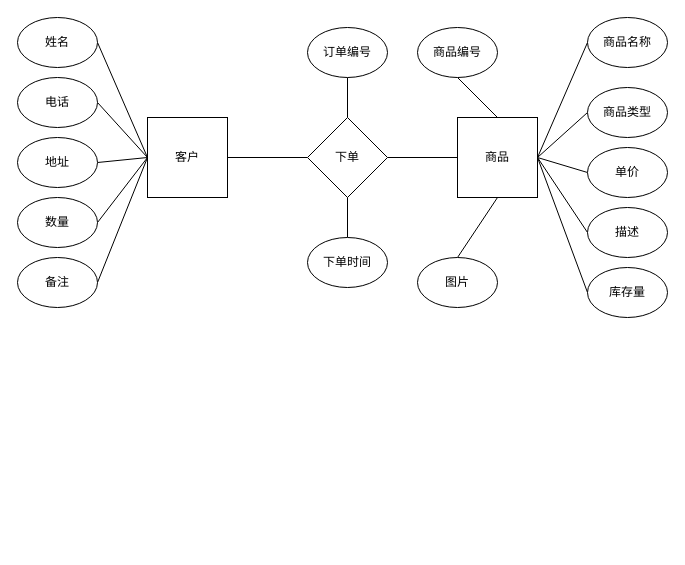
Above: Untitled Diagram.drawio in MrliuXing520/diagrams (draw.io), before the change. Source tidied: cells renumbered, new cells numbered last; positions are measured from the earlier drawing's top-left corner, leaving out a move shared by most shapes. Both pictures are drawn from the tidied source at 100%, with x=0, y=0 at pixel (17, 17).
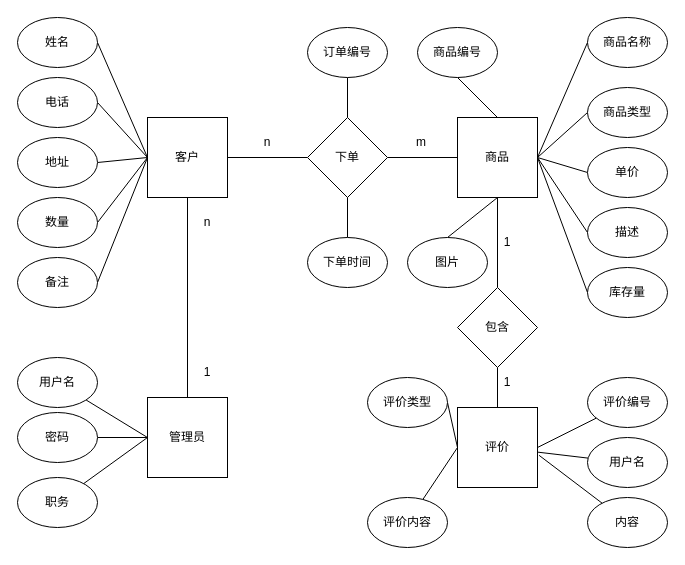
The same page after the edit.

The change refers to these unchanged cells:
```xml
<mxCell id="3" value="客户" style="whiteSpace=wrap;html=1;" parent="1" vertex="1">
  <mxGeometry x="130" y="100" width="80" height="80" as="geometry" />
</mxCell>
<mxCell id="20" value="商品" style="whiteSpace=wrap;html=1;" parent="1" vertex="1">
  <mxGeometry x="440" y="100" width="80" height="80" as="geometry" />
</mxCell>
```

What changed in the source:
```diff
@@
+    <mxCell id="35" style="edgeStyle=none;rounded=0;jettySize=auto;html=1;exitX=0.5;exitY=1;exitDx=0;exitDy=0;endArrow=none;endFill=0;" parent="1" edge="1" source="3" target="55">
+      <mxGeometry relative="1" as="geometry" />
+    </mxCell>
@@
+    <mxCell id="36" style="edgeStyle=none;rounded=0;jettySize=auto;html=1;exitX=0.5;exitY=1;exitDx=0;exitDy=0;endArrow=none;endFill=0;" parent="1" edge="1" source="20" target="39">
+      <mxGeometry relative="1" as="geometry" />
+    </mxCell>
@@
     <mxCell id="34" value="图片" style="ellipse;whiteSpace=wrap;html=1;" parent="1" vertex="1">
-      <mxGeometry x="400" y="240" width="80" height="50" as="geometry" />
+      <mxGeometry x="390" y="220" width="80" height="50" as="geometry" />
     </mxCell>
+    <mxCell id="37" value="评价" style="whiteSpace=wrap;html=1;" parent="1" vertex="1">
+      <mxGeometry x="440" y="390" width="80" height="80" as="geometry" />
+    </mxCell>
+    <mxCell id="38" style="edgeStyle=none;rounded=0;jettySize=auto;html=1;exitX=0.5;exitY=1;exitDx=0;exitDy=0;endArrow=none;endFill=0;" parent="1" edge="1" source="39" target="37">
+      <mxGeometry relative="1" as="geometry" />
+    </mxCell>
+    <mxCell id="39" value="包含" style="rhombus;whiteSpace=wrap;html=1;" parent="1" vertex="1">
+      <mxGeometry x="440" y="270" width="80" height="80" as="geometry" />
+    </mxCell>
+    <mxCell id="40" style="edgeStyle=none;rounded=0;jettySize=auto;html=1;entryX=1;entryY=0.5;entryDx=0;entryDy=0;endArrow=none;endFill=0;" parent="1" edge="1" source="41" target="37">
+      <mxGeometry relative="1" as="geometry" />
+    </mxCell>
+    <mxCell id="41" value="评价编号" style="ellipse;whiteSpace=wrap;html=1;" parent="1" vertex="1">
+      <mxGeometry x="570" y="360" width="80" height="50" as="geometry" />
+    </mxCell>
+    <mxCell id="42" style="edgeStyle=none;rounded=0;jettySize=auto;html=1;endArrow=none;endFill=0;" parent="1" edge="1" source="43" target="37">
+      <mxGeometry relative="1" as="geometry" />
+    </mxCell>
+    <mxCell id="43" value="用户名" style="ellipse;whiteSpace=wrap;html=1;" parent="1" vertex="1">
+      <mxGeometry x="570" y="420" width="80" height="50" as="geometry" />
+    </mxCell>
+    <mxCell id="44" style="edgeStyle=none;rounded=0;jettySize=auto;html=1;entryX=1.02;entryY=0.598;entryDx=0;entryDy=0;entryPerimeter=0;endArrow=none;endFill=0;" parent="1" edge="1" source="45" target="37">
+      <mxGeometry relative="1" as="geometry" />
+    </mxCell>
+    <mxCell id="45" value="内容" style="ellipse;whiteSpace=wrap;html=1;" parent="1" vertex="1">
+      <mxGeometry x="570" y="480" width="80" height="50" as="geometry" />
+    </mxCell>
+    <mxCell id="46" style="edgeStyle=none;rounded=0;jettySize=auto;html=1;exitX=1;exitY=0.5;exitDx=0;exitDy=0;entryX=0;entryY=0.5;entryDx=0;entryDy=0;endArrow=none;endFill=0;" parent="1" edge="1" source="47" target="37">
+      <mxGeometry relative="1" as="geometry" />
+    </mxCell>
+    <mxCell id="47" value="评价类型" style="ellipse;whiteSpace=wrap;html=1;" parent="1" vertex="1">
+      <mxGeometry x="350" y="360" width="80" height="50" as="geometry" />
+    </mxCell>
+    <mxCell id="48" style="edgeStyle=none;rounded=0;jettySize=auto;html=1;entryX=0;entryY=0.5;entryDx=0;entryDy=0;endArrow=none;endFill=0;" parent="1" edge="1" source="49" target="37">
+      <mxGeometry relative="1" as="geometry" />
+    </mxCell>
+    <mxCell id="49" value="评价内容" style="ellipse;whiteSpace=wrap;html=1;" parent="1" vertex="1">
+      <mxGeometry x="350" y="480" width="80" height="50" as="geometry" />
+    </mxCell>
+    <mxCell id="50" value="n" style="text;html=1;strokeColor=none;fillColor=none;align=center;verticalAlign=middle;whiteSpace=wrap;rounded=0;" parent="1" vertex="1">
+      <mxGeometry x="230" y="110" width="40" height="30" as="geometry" />
+    </mxCell>
+    <mxCell id="51" style="edgeStyle=none;rounded=0;orthogonalLoop=1;jettySize=auto;html=1;exitX=0.5;exitY=0;exitDx=0;exitDy=0;endArrow=none;endFill=0;" parent="1" edge="1" source="50" target="50">
+      <mxGeometry relative="1" as="geometry" />
+    </mxCell>
+    <mxCell id="52" value="m" style="text;html=1;strokeColor=none;fillColor=none;align=center;verticalAlign=middle;whiteSpace=wrap;rounded=0;" parent="1" vertex="1">
+      <mxGeometry x="383.5" y="110" width="40" height="30" as="geometry" />
+    </mxCell>
+    <mxCell id="53" value="1" style="text;html=1;strokeColor=none;fillColor=none;align=center;verticalAlign=middle;whiteSpace=wrap;rounded=0;" parent="1" vertex="1">
+      <mxGeometry x="470" y="210" width="40" height="30" as="geometry" />
+    </mxCell>
+    <mxCell id="54" value="1" style="text;html=1;strokeColor=none;fillColor=none;align=center;verticalAlign=middle;whiteSpace=wrap;rounded=0;" parent="1" vertex="1">
+      <mxGeometry x="470" y="350" width="40" height="30" as="geometry" />
+    </mxCell>
+    <mxCell id="55" value="管理员" style="whiteSpace=wrap;html=1;" parent="1" vertex="1">
+      <mxGeometry x="130" y="380" width="80" height="80" as="geometry" />
+    </mxCell>
+    <mxCell id="56" style="edgeStyle=none;rounded=0;jettySize=auto;html=1;entryX=0;entryY=0.5;entryDx=0;entryDy=0;endArrow=none;endFill=0;" parent="1" edge="1" source="57" target="55">
+      <mxGeometry relative="1" as="geometry" />
+    </mxCell>
+    <mxCell id="57" value="用户名" style="ellipse;whiteSpace=wrap;html=1;" parent="1" vertex="1">
+      <mxGeometry y="340" width="80" height="50" as="geometry" />
+    </mxCell>
+    <mxCell id="58" style="edgeStyle=none;rounded=0;jettySize=auto;html=1;endArrow=none;endFill=0;" parent="1" edge="1" source="59">
+      <mxGeometry relative="1" as="geometry">
+        <mxPoint x="130" y="420" as="targetPoint" />
+      </mxGeometry>
+    </mxCell>
+    <mxCell id="59" value="密码" style="ellipse;whiteSpace=wrap;html=1;" parent="1" vertex="1">
+      <mxGeometry y="395" width="80" height="50" as="geometry" />
+    </mxCell>
+    <mxCell id="60" style="edgeStyle=none;rounded=0;jettySize=auto;html=1;entryX=0;entryY=0.5;entryDx=0;entryDy=0;endArrow=none;endFill=0;" parent="1" edge="1" source="61" target="55">
+      <mxGeometry relative="1" as="geometry" />
+    </mxCell>
+    <mxCell id="61" value="职务" style="ellipse;whiteSpace=wrap;html=1;" parent="1" vertex="1">
+      <mxGeometry y="460" width="80" height="50" as="geometry" />
+    </mxCell>
+    <mxCell id="62" value="1" style="text;html=1;strokeColor=none;fillColor=none;align=center;verticalAlign=middle;whiteSpace=wrap;rounded=0;" parent="1" vertex="1">
+      <mxGeometry x="170" y="340" width="40" height="30" as="geometry" />
+    </mxCell>
+    <mxCell id="63" value="n" style="text;html=1;strokeColor=none;fillColor=none;align=center;verticalAlign=middle;whiteSpace=wrap;rounded=0;" parent="1" vertex="1">
+      <mxGeometry x="170" y="190" width="40" height="30" as="geometry" />
+    </mxCell>
```
